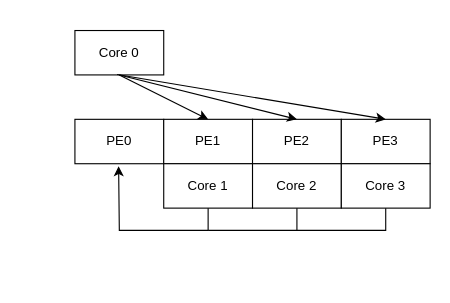
Before: マルチコア同期.drawio in 21km43/drawio, a draw.io diagram. Source tidied: cells renumbered, new cells numbered last; positions are measured from the earlier drawing's top-left corner, leaving out a move shared by most shapes. Both pictures are drawn from the tidied source at 111%, with x=0, y=0 at pixel (74, 30).
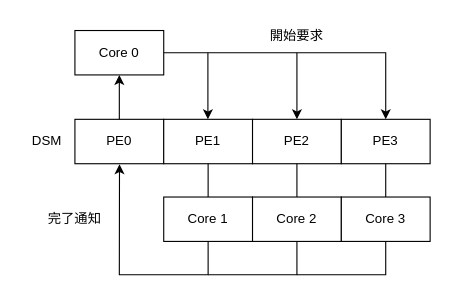
Above is the later version.

Commit message (it also covers changes not shown here):
マルチコア同期.drawio を更新します

The change refers to these unchanged cells:
```xml
<mxCell id="2" value="PE0" style="rounded=0;whiteSpace=wrap;html=1;" parent="1" vertex="1">
  <mxGeometry y="80" width="80" height="40" as="geometry" />
</mxCell>
<mxCell id="3" value="PE1" style="rounded=0;whiteSpace=wrap;html=1;" parent="1" vertex="1">
  <mxGeometry x="80" y="80" width="80" height="40" as="geometry" />
</mxCell>
<mxCell id="4" value="PE2" style="rounded=0;whiteSpace=wrap;html=1;" parent="1" vertex="1">
  <mxGeometry x="160" y="80" width="80" height="40" as="geometry" />
</mxCell>
<mxCell id="5" value="PE3" style="rounded=0;whiteSpace=wrap;html=1;" parent="1" vertex="1">
  <mxGeometry x="240" y="80" width="80" height="40" as="geometry" />
</mxCell>
<mxCell id="6" value="Core 0" style="rounded=0;whiteSpace=wrap;html=1;" parent="1" vertex="1">
  <mxGeometry width="80" height="40" as="geometry" />
</mxCell>
```

The edit, as a diff of the source:
```diff
@@
     <mxCell id="7" value="Core 1" style="rounded=0;whiteSpace=wrap;html=1;" parent="1" vertex="1">
-      <mxGeometry x="80" y="120" width="80" height="40" as="geometry" />
+      <mxGeometry x="80" y="150" width="80" height="40" as="geometry" />
     </mxCell>
     <mxCell id="8" value="Core 2" style="rounded=0;whiteSpace=wrap;html=1;" parent="1" vertex="1">
-      <mxGeometry x="160" y="120" width="80" height="40" as="geometry" />
+      <mxGeometry x="160" y="150" width="80" height="40" as="geometry" />
     </mxCell>
     <mxCell id="9" value="Core 3" style="rounded=0;whiteSpace=wrap;html=1;" parent="1" vertex="1">
-      <mxGeometry x="240" y="120" width="80" height="40" as="geometry" />
+      <mxGeometry x="240" y="150" width="80" height="40" as="geometry" />
     </mxCell>
-    <mxCell id="10" style="endArrow=classic;html=1;rounded=0;exitX=0.5;exitY=1;exitDx=0;exitDy=0;entryX=0.5;entryY=0;entryDx=0;entryDy=0;" parent="1" edge="1" source="6" target="3">
-      <mxGeometry relative="1" as="geometry" />
-    </mxCell>
-    <mxCell id="11" style="endArrow=classic;html=1;rounded=0;exitX=0.475;exitY=0.992;exitDx=0;exitDy=0;entryX=0.5;entryY=0;entryDx=0;entryDy=0;exitPerimeter=0;" parent="1" edge="1" source="6" target="5">
-      <mxGeometry relative="1" as="geometry" />
-    </mxCell>
-    <mxCell id="12" style="endArrow=classic;html=1;rounded=0;entryX=0.5;entryY=0;entryDx=0;entryDy=0;exitX=0.5;exitY=1;exitDx=0;exitDy=0;" parent="1" edge="1" source="6" target="4">
-      <mxGeometry relative="1" as="geometry" />
-    </mxCell>
-    <mxCell id="13" style="endArrow=classic;html=1;rounded=0;exitX=0.5;exitY=1;exitDx=0;exitDy=0;entryX=0.492;entryY=1.058;entryDx=0;entryDy=0;entryPerimeter=0;" parent="1" edge="1" source="7" target="2">
+    <mxCell id="13" style="endArrow=classic;html=1;rounded=0;exitX=0.5;exitY=1;exitDx=0;exitDy=0;entryX=0.502;entryY=1.01;entryDx=0;entryDy=0;entryPerimeter=0;" parent="1" edge="1" source="7" target="2">
       <mxGeometry relative="1" as="geometry">
         <Array as="points">
-          <mxPoint x="120" y="180" />
-          <mxPoint x="40" y="180" />
+          <mxPoint x="120" y="220" />
+          <mxPoint x="40" y="220" />
         </Array>
       </mxGeometry>
     </mxCell>
     <mxCell id="14" style="endArrow=none;html=1;rounded=0;entryX=0.5;entryY=1;entryDx=0;entryDy=0;" parent="1" edge="1" target="8">
       <mxGeometry relative="1" as="geometry">
-        <mxPoint x="120" y="180" as="sourcePoint" />
+        <mxPoint x="120" y="220" as="sourcePoint" />
         <Array as="points">
-          <mxPoint x="200" y="180" />
+          <mxPoint x="200" y="220" />
         </Array>
       </mxGeometry>
     </mxCell>
-    <mxCell id="15" style="endArrow=none;html=1;rounded=0;entryX=0.5;entryY=1;entryDx=0;entryDy=0;" parent="1" edge="1">
+    <mxCell id="15" style="endArrow=none;html=1;rounded=0;entryX=0.5;entryY=1;entryDx=0;entryDy=0;" parent="1" edge="1" target="9">
       <mxGeometry relative="1" as="geometry">
-        <mxPoint x="200" y="180" as="sourcePoint" />
-        <mxPoint x="280" y="160" as="targetPoint" />
+        <mxPoint x="200" y="220" as="sourcePoint" />
         <Array as="points">
-          <mxPoint x="280" y="180" />
+          <mxPoint x="280" y="220" />
         </Array>
       </mxGeometry>
     </mxCell>
+    <mxCell id="11" style="endArrow=classic;html=1;rounded=0;exitX=1;exitY=0.5;exitDx=0;exitDy=0;entryX=0.5;entryY=0;entryDx=0;entryDy=0;" parent="1" edge="1" source="6" target="5">
+      <mxGeometry relative="1" as="geometry">
+        <Array as="points">
+          <mxPoint x="280" y="20" />
+        </Array>
+      </mxGeometry>
+    </mxCell>
+    <mxCell id="16" style="endArrow=classic;html=1;rounded=0;entryX=0.5;entryY=0;entryDx=0;entryDy=0;" parent="1" edge="1" target="4">
+      <mxGeometry relative="1" as="geometry">
+        <mxPoint x="200" y="20" as="sourcePoint" />
+      </mxGeometry>
+    </mxCell>
+    <mxCell id="17" style="endArrow=classic;html=1;rounded=0;entryX=0.5;entryY=0;entryDx=0;entryDy=0;" parent="1" edge="1">
+      <mxGeometry relative="1" as="geometry">
+        <mxPoint x="119.8" y="20" as="sourcePoint" />
+        <mxPoint x="119.8" y="80" as="targetPoint" />
+      </mxGeometry>
+    </mxCell>
+    <mxCell id="18" style="endArrow=none;html=1;rounded=0;exitX=0.5;exitY=0;exitDx=0;exitDy=0;entryX=0.5;entryY=1;entryDx=0;entryDy=0;" parent="1" edge="1" source="7" target="3">
+      <mxGeometry relative="1" as="geometry" />
+    </mxCell>
+    <mxCell id="19" style="endArrow=none;html=1;rounded=0;entryX=0.5;entryY=1;entryDx=0;entryDy=0;exitX=0.5;exitY=0;exitDx=0;exitDy=0;" parent="1" edge="1" source="8" target="4">
+      <mxGeometry relative="1" as="geometry" />
+    </mxCell>
+    <mxCell id="20" style="endArrow=none;html=1;rounded=0;exitX=0.5;exitY=0;exitDx=0;exitDy=0;entryX=0.5;entryY=1;entryDx=0;entryDy=0;" parent="1" edge="1" source="9" target="5">
+      <mxGeometry relative="1" as="geometry" />
+    </mxCell>
+    <mxCell id="21" style="endArrow=classic;html=1;rounded=0;exitX=0.5;exitY=0;exitDx=0;exitDy=0;entryX=0.5;entryY=1;entryDx=0;entryDy=0;" parent="1" edge="1" source="2" target="6">
+      <mxGeometry relative="1" as="geometry" />
+    </mxCell>
+    <mxCell id="22" value="開始要求" style="text;strokeColor=none;align=center;fillColor=none;html=1;verticalAlign=middle;whiteSpace=wrap;rounded=0;" parent="1" vertex="1">
+      <mxGeometry x="155" y="-10" width="90" height="30" as="geometry" />
+    </mxCell>
+    <mxCell id="23" value="完了通知" style="text;strokeColor=none;align=center;fillColor=none;html=1;verticalAlign=middle;whiteSpace=wrap;rounded=0;" parent="1" vertex="1">
+      <mxGeometry x="-40" y="155" width="80" height="30" as="geometry" />
+    </mxCell>
+    <mxCell id="24" value="DSM" style="text;strokeColor=none;align=center;fillColor=none;html=1;verticalAlign=middle;whiteSpace=wrap;rounded=0;" parent="1" vertex="1">
+      <mxGeometry x="-50" y="85" width="50" height="30" as="geometry" />
+    </mxCell>
```
